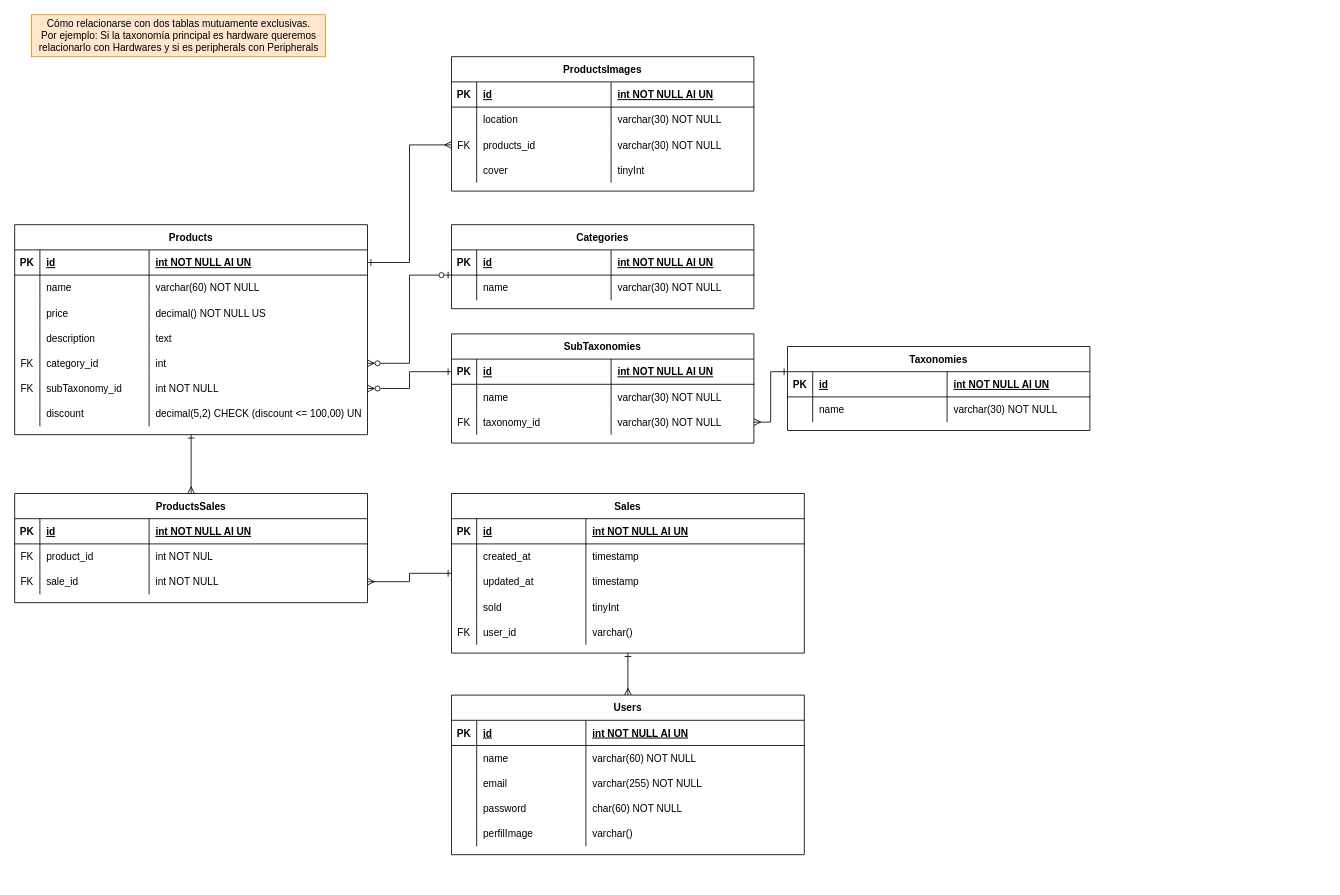
Above: diagramaDB/Grupo-10-db.drawio in 0921CDFSNCN22LAED/grupo-10 (draw.io), before the change. Source tidied: cells renumbered, new cells numbered last; positions are measured from the earlier drawing's top-left corner, leaving out a move shared by most shapes. Both pictures are drawn from the tidied source at 84%, with x=0, y=0 at pixel (14, 14).
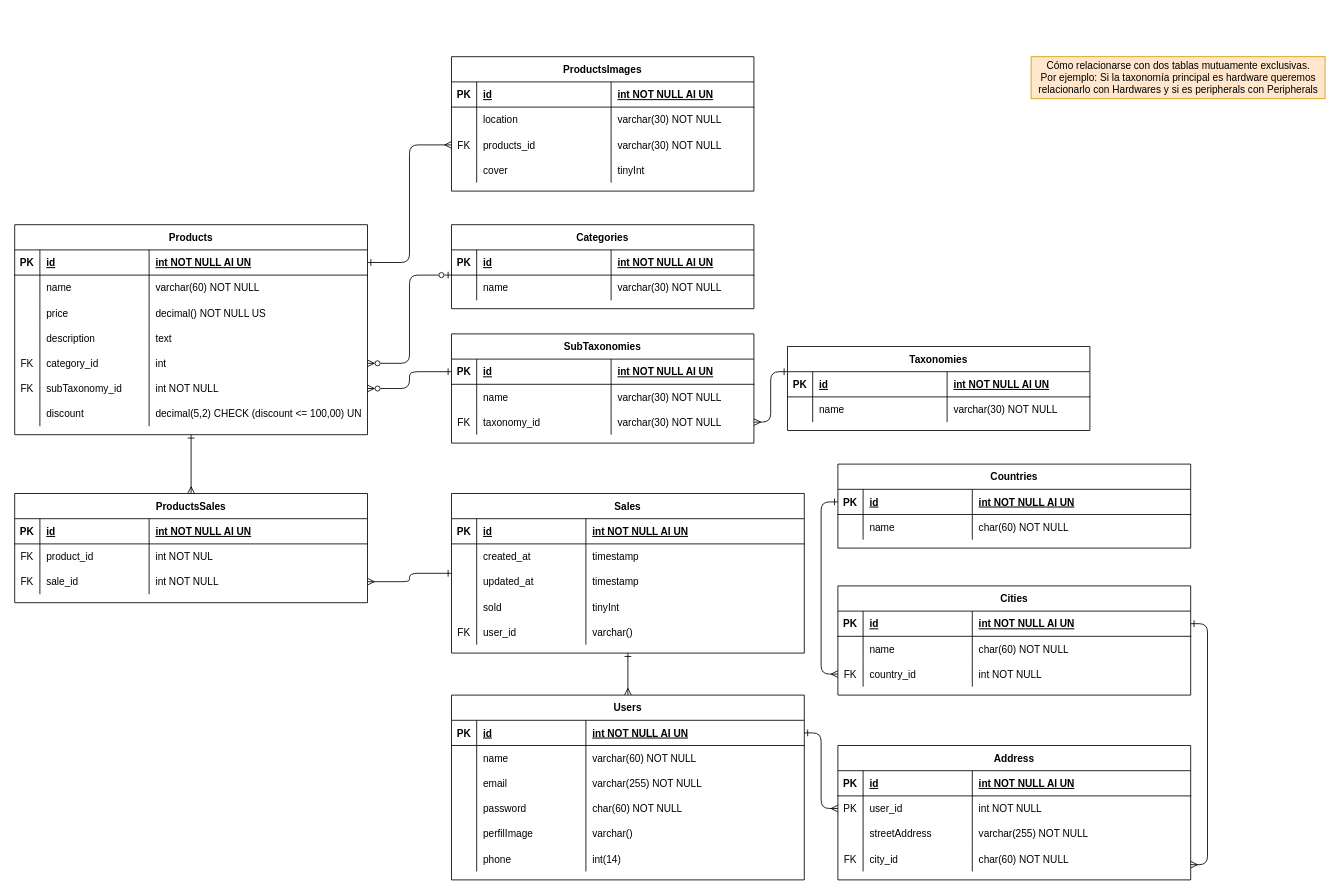
Above is the later version.

Commit message (it also covers changes not shown here):
address y phone agregado a DiagramaDB.drawio

The change refers to these unchanged cells:
```xml
<mxCell id="4" value="Products" style="shape=table;startSize=30;childLayout=tableLayout;rowLines=0;fontStyle=1;align=center;" parent="1" vertex="1">
  <mxGeometry y="250" width="420" height="250" as="geometry" />
</mxCell>
<mxCell id="5" style="shape=partialRectangle;fillColor=none;points=[[0,0.5],[1,0.5]];portConstraint=eastwest;top=0;left=0;right=0;bottom=1;" parent="4" vertex="1">
  <mxGeometry y="30" width="420" height="30" as="geometry" />
</mxCell>
<mxCell id="21" style="shape=partialRectangle;fillColor=none;points=[[0,0.5],[1,0.5]];portConstraint=eastwest;top=0;left=0;right=0;bottom=0;" parent="4" vertex="1">
  <mxGeometry y="150" width="420" height="30" as="geometry" />
</mxCell>
<mxCell id="25" style="shape=partialRectangle;fillColor=none;points=[[0,0.5],[1,0.5]];portConstraint=eastwest;top=0;left=0;right=0;bottom=0;" parent="4" vertex="1">
  <mxGeometry y="180" width="420" height="30" as="geometry" />
</mxCell>
<mxCell id="33" value="Categories" style="shape=table;startSize=30;childLayout=tableLayout;rowLines=0;fontStyle=1;align=center;" parent="1" vertex="1">
  <mxGeometry x="520" y="250" width="360" height="100" as="geometry" />
</mxCell>
<mxCell id="43" style="shape=partialRectangle;fillColor=none;points=[[0,0.5],[1,0.5]];portConstraint=eastwest;top=0;left=0;right=0;bottom=1;" parent="42" vertex="1">
  <mxGeometry y="30" width="360" height="30" as="geometry" />
</mxCell>
<mxCell id="51" style="shape=partialRectangle;fillColor=none;points=[[0,0.5],[1,0.5]];portConstraint=eastwest;top=0;left=0;right=0;bottom=0;" parent="42" vertex="1">
  <mxGeometry y="90" width="360" height="30" as="geometry" />
</mxCell>
<mxCell id="68" style="shape=partialRectangle;fillColor=none;points=[[0,0.5],[1,0.5]];portConstraint=eastwest;top=0;left=0;right=0;bottom=1;" parent="67" vertex="1">
  <mxGeometry y="30" width="420" height="30" as="geometry" />
</mxCell>
<mxCell id="98" style="shape=partialRectangle;fillColor=none;points=[[0,0.5],[1,0.5]];portConstraint=eastwest;top=0;left=0;right=0;bottom=0;" parent="89" vertex="1">
  <mxGeometry y="90" width="360" height="30" as="geometry" />
</mxCell>
<mxCell id="108" value="Sales" style="shape=table;startSize=30;childLayout=tableLayout;rowLines=0;fontStyle=1;align=center;" parent="1" vertex="1">
  <mxGeometry x="520" y="570" width="420" height="190" as="geometry" />
</mxCell>
<mxCell id="129" value="ProductsSales" style="shape=table;startSize=30;childLayout=tableLayout;rowLines=0;fontStyle=1;align=center;" parent="1" vertex="1">
  <mxGeometry y="570" width="420" height="130" as="geometry" />
</mxCell>
<mxCell id="138" style="shape=partialRectangle;fillColor=none;points=[[0,0.5],[1,0.5]];portConstraint=eastwest;top=0;left=0;right=0;bottom=0;" parent="129" vertex="1">
  <mxGeometry y="90" width="420" height="30" as="geometry" />
</mxCell>
```

Diff of the diagram source:
```diff
@@
-    <mxCell id="2" style="edgeStyle=orthogonalEdgeStyle;rounded=0;jettySize=auto;html=1;startArrow=ERzeroToMany;startFill=0;endArrow=ERzeroToOne;endFill=0;" parent="1" edge="1" source="21" target="33">
+    <mxCell id="2" style="edgeStyle=orthogonalEdgeStyle;jettySize=auto;html=1;startArrow=ERzeroToMany;startFill=0;endArrow=ERzeroToOne;endFill=0;" parent="1" edge="1" source="21" target="33">
       <mxGeometry relative="1" as="geometry">
         <Array as="points">
           <mxPoint x="470" y="415" />
           <mxPoint x="470" y="310" />
         </Array>
       </mxGeometry>
     </mxCell>
-    <mxCell id="3" style="edgeStyle=orthogonalEdgeStyle;rounded=0;jettySize=auto;html=1;exitX=0.5;exitY=1;exitDx=0;exitDy=0;entryX=0.5;entryY=0;entryDx=0;entryDy=0;startArrow=ERone;startFill=0;endArrow=ERmany;endFill=0;" parent="1" edge="1" source="4" target="129">
+    <mxCell id="3" style="edgeStyle=orthogonalEdgeStyle;jettySize=auto;html=1;exitX=0.5;exitY=1;exitDx=0;exitDy=0;entryX=0.5;entryY=0;entryDx=0;entryDy=0;startArrow=ERone;startFill=0;endArrow=ERmany;endFill=0;" parent="1" edge="1" source="4" target="129">
       <mxGeometry relative="1" as="geometry" />
     </mxCell>
@@
-    <mxCell id="55" style="edgeStyle=orthogonalEdgeStyle;rounded=0;jettySize=auto;html=1;exitX=1;exitY=0.5;exitDx=0;exitDy=0;startArrow=ERzeroToMany;startFill=0;endArrow=ERone;endFill=0;" parent="1" edge="1" source="25" target="43">
+    <mxCell id="55" style="edgeStyle=orthogonalEdgeStyle;jettySize=auto;html=1;exitX=1;exitY=0.5;exitDx=0;exitDy=0;startArrow=ERzeroToMany;startFill=0;endArrow=ERone;endFill=0;" parent="1" edge="1" source="25" target="43">
       <mxGeometry relative="1" as="geometry" />
     </mxCell>
@@
     <mxCell id="65" value="Cómo relacionarse con dos tablas mutuamente exclusivas.&lt;br&gt;Por ejemplo: Si la taxonomía principal es hardware queremos&lt;br&gt;relacionarlo con Hardwares y si es peripherals con Peripherals" style="text;html=1;align=center;verticalAlign=middle;strokeColor=#d79b00;fillColor=#ffe6cc;" parent="1" vertex="1">
-      <mxGeometry x="20" width="350" height="50" as="geometry" />
+      <mxGeometry x="1210" y="50" width="350" height="50" as="geometry" />
     </mxCell>
-    <mxCell id="66" style="edgeStyle=orthogonalEdgeStyle;rounded=0;jettySize=auto;html=1;startArrow=ERmany;startFill=0;endArrow=ERone;endFill=0;" parent="1" edge="1" source="67" target="108">
+    <mxCell id="66" style="edgeStyle=orthogonalEdgeStyle;jettySize=auto;html=1;startArrow=ERmany;startFill=0;endArrow=ERone;endFill=0;" parent="1" edge="1" source="67" target="108">
       <mxGeometry relative="1" as="geometry" />
     </mxCell>
+    <mxCell id="142" style="edgeStyle=orthogonalEdgeStyle;jettySize=auto;html=1;startArrow=ERone;startFill=0;endArrow=ERmany;endFill=0;exitX=1;exitY=0.5;exitDx=0;exitDy=0;entryX=0;entryY=0.5;entryDx=0;entryDy=0;" parent="1" edge="1" source="68" target="153">
+      <mxGeometry relative="1" as="geometry" />
+    </mxCell>
     <mxCell id="67" value="Users" style="shape=table;startSize=30;childLayout=tableLayout;rowLines=0;fontStyle=1;align=center;" parent="1" vertex="1">
-      <mxGeometry x="520" y="810" width="420" height="190" as="geometry" />
+      <mxGeometry x="520" y="810" width="420" height="220" as="geometry" />
     </mxCell>
@@
+    <mxCell id="143" style="shape=partialRectangle;fillColor=none;top=0;left=0;right=0;bottom=0;" parent="67" vertex="1">
+      <mxGeometry y="180" width="420" height="30" as="geometry" />
+    </mxCell>
+    <mxCell id="144" style="shape=partialRectangle;overflow=hidden;fillColor=none;top=0;left=0;bottom=0;right=0;" parent="143" vertex="1">
+      <mxGeometry width="30" height="30" as="geometry" />
+    </mxCell>
+    <mxCell id="145" value="phone" style="shape=partialRectangle;overflow=hidden;fillColor=none;top=0;left=0;bottom=0;right=0;align=left;spacingLeft=6;" parent="143" vertex="1">
+      <mxGeometry x="30" width="130" height="30" as="geometry" />
+    </mxCell>
+    <mxCell id="146" value="int(14)" style="shape=partialRectangle;overflow=hidden;fillColor=none;top=0;left=0;bottom=0;right=0;align=left;spacingLeft=6;" parent="143" vertex="1">
+      <mxGeometry x="160" width="260" height="30" as="geometry" />
+    </mxCell>
-    <mxCell id="88" style="edgeStyle=orthogonalEdgeStyle;rounded=0;jettySize=auto;html=1;exitX=0;exitY=0.5;exitDx=0;exitDy=0;entryX=1;entryY=0.5;entryDx=0;entryDy=0;startArrow=ERone;startFill=0;endArrow=ERmany;endFill=0;" parent="1" edge="1" target="51">
+    <mxCell id="88" style="edgeStyle=orthogonalEdgeStyle;jettySize=auto;html=1;exitX=0;exitY=0.5;exitDx=0;exitDy=0;entryX=1;entryY=0.5;entryDx=0;entryDy=0;startArrow=ERone;startFill=0;endArrow=ERmany;endFill=0;" parent="1" edge="1" target="51">
       <mxGeometry relative="1" as="geometry">
         <mxPoint x="920" y="425" as="sourcePoint" />
         <Array as="points">
           <mxPoint x="900" y="425" />
           <mxPoint x="900" y="485" />
         </Array>
       </mxGeometry>
     </mxCell>
@@
-    <mxCell id="106" style="edgeStyle=orthogonalEdgeStyle;rounded=0;jettySize=auto;html=1;exitX=1;exitY=0.5;exitDx=0;exitDy=0;entryX=0;entryY=0.5;entryDx=0;entryDy=0;startArrow=ERone;startFill=0;endArrow=ERmany;endFill=0;" parent="1" edge="1" source="5" target="98">
+    <mxCell id="106" style="edgeStyle=orthogonalEdgeStyle;jettySize=auto;html=1;exitX=1;exitY=0.5;exitDx=0;exitDy=0;entryX=0;entryY=0.5;entryDx=0;entryDy=0;startArrow=ERone;startFill=0;endArrow=ERmany;endFill=0;" parent="1" edge="1" source="5" target="98">
       <mxGeometry relative="1" as="geometry" />
     </mxCell>
-    <mxCell id="107" style="edgeStyle=orthogonalEdgeStyle;rounded=0;jettySize=auto;html=1;startArrow=ERone;startFill=0;endArrow=ERmany;endFill=0;entryX=1;entryY=0.5;entryDx=0;entryDy=0;" parent="1" edge="1" source="108" target="138">
+    <mxCell id="107" style="edgeStyle=orthogonalEdgeStyle;jettySize=auto;html=1;startArrow=ERone;startFill=0;endArrow=ERmany;endFill=0;entryX=1;entryY=0.5;entryDx=0;entryDy=0;" parent="1" edge="1" source="108" target="138">
       <mxGeometry relative="1" as="geometry" />
     </mxCell>
@@
+    <mxCell id="147" style="edgeStyle=orthogonalEdgeStyle;jettySize=auto;html=1;startArrow=ERmany;startFill=0;endArrow=ERone;endFill=0;exitX=1;exitY=0.729;exitDx=0;exitDy=0;exitPerimeter=0;entryX=1;entryY=0.5;entryDx=0;entryDy=0;" parent="1" edge="1" source="161" target="166">
+      <mxGeometry relative="1" as="geometry">
+        <Array as="points">
+          <mxPoint x="1420" y="1012" />
+          <mxPoint x="1420" y="725" />
+        </Array>
+      </mxGeometry>
+    </mxCell>
+    <mxCell id="148" value="Address" style="shape=table;startSize=30;childLayout=tableLayout;rowLines=0;fontStyle=1;align=center;" parent="1" vertex="1">
+      <mxGeometry x="980" y="870" width="420" height="160" as="geometry" />
+    </mxCell>
+    <mxCell id="149" style="shape=partialRectangle;fillColor=none;top=0;left=0;right=0;bottom=1;" parent="148" vertex="1">
+      <mxGeometry y="30" width="420" height="30" as="geometry" />
+    </mxCell>
+    <mxCell id="150" value="PK" style="shape=partialRectangle;overflow=hidden;fillColor=none;top=0;left=0;bottom=0;right=0;fontStyle=1;" parent="149" vertex="1">
+      <mxGeometry width="30" height="30" as="geometry" />
+    </mxCell>
+    <mxCell id="151" value="id" style="shape=partialRectangle;overflow=hidden;fillColor=none;top=0;left=0;bottom=0;right=0;align=left;spacingLeft=6;fontStyle=5;" parent="149" vertex="1">
+      <mxGeometry x="30" width="130" height="30" as="geometry" />
+    </mxCell>
+    <mxCell id="152" value="int NOT NULL AI UN" style="shape=partialRectangle;overflow=hidden;fillColor=none;top=0;left=0;bottom=0;right=0;align=left;spacingLeft=6;fontStyle=5;" parent="149" vertex="1">
+      <mxGeometry x="160" width="260" height="30" as="geometry" />
+    </mxCell>
+    <mxCell id="153" style="shape=partialRectangle;fillColor=none;points=[[0,0.5],[1,0.5]];portConstraint=eastwest;top=0;left=0;right=0;bottom=0;" parent="148" vertex="1">
+      <mxGeometry y="60" width="420" height="30" as="geometry" />
+    </mxCell>
+    <mxCell id="154" value="PK" style="shape=partialRectangle;overflow=hidden;fillColor=none;top=0;left=0;bottom=0;right=0;" parent="153" vertex="1">
+      <mxGeometry width="30" height="30" as="geometry" />
+    </mxCell>
+    <mxCell id="155" value="user_id" style="shape=partialRectangle;overflow=hidden;fillColor=none;top=0;left=0;bottom=0;right=0;align=left;spacingLeft=6;" parent="153" vertex="1">
+      <mxGeometry x="30" width="130" height="30" as="geometry" />
+    </mxCell>
+    <mxCell id="156" value="int NOT NULL" style="shape=partialRectangle;overflow=hidden;fillColor=none;top=0;left=0;bottom=0;right=0;align=left;spacingLeft=6;" parent="153" vertex="1">
+      <mxGeometry x="160" width="260" height="30" as="geometry" />
+    </mxCell>
+    <mxCell id="157" style="shape=partialRectangle;fillColor=none;top=0;left=0;right=0;bottom=0;" parent="148" vertex="1">
+      <mxGeometry y="90" width="420" height="30" as="geometry" />
+    </mxCell>
+    <mxCell id="158" style="shape=partialRectangle;overflow=hidden;fillColor=none;top=0;left=0;bottom=0;right=0;" parent="157" vertex="1">
+      <mxGeometry width="30" height="30" as="geometry" />
+    </mxCell>
+    <mxCell id="159" value="streetAddress" style="shape=partialRectangle;overflow=hidden;fillColor=none;top=0;left=0;bottom=0;right=0;align=left;spacingLeft=6;" parent="157" vertex="1">
+      <mxGeometry x="30" width="130" height="30" as="geometry" />
+    </mxCell>
+    <mxCell id="160" value="varchar(255) NOT NULL" style="shape=partialRectangle;overflow=hidden;fillColor=none;top=0;left=0;bottom=0;right=0;align=left;spacingLeft=6;" parent="157" vertex="1">
+      <mxGeometry x="160" width="260" height="30" as="geometry" />
+    </mxCell>
+    <mxCell id="161" style="shape=partialRectangle;fillColor=none;points=[[0,0.5],[1,0.5]];portConstraint=eastwest;top=0;left=0;right=0;bottom=0;" parent="148" vertex="1">
+      <mxGeometry y="120" width="420" height="30" as="geometry" />
+    </mxCell>
+    <mxCell id="162" value="FK" style="shape=partialRectangle;overflow=hidden;fillColor=none;top=0;left=0;bottom=0;right=0;" parent="161" vertex="1">
+      <mxGeometry width="30" height="30" as="geometry" />
+    </mxCell>
+    <mxCell id="163" value="city_id" style="shape=partialRectangle;overflow=hidden;fillColor=none;top=0;left=0;bottom=0;right=0;align=left;spacingLeft=6;" parent="161" vertex="1">
+      <mxGeometry x="30" width="130" height="30" as="geometry" />
+    </mxCell>
+    <mxCell id="164" value="char(60) NOT NULL" style="shape=partialRectangle;overflow=hidden;fillColor=none;top=0;left=0;bottom=0;right=0;align=left;spacingLeft=6;" parent="161" vertex="1">
+      <mxGeometry x="160" width="260" height="30" as="geometry" />
+    </mxCell>
+    <mxCell id="165" value="Cities" style="shape=table;startSize=30;childLayout=tableLayout;rowLines=0;fontStyle=1;align=center;" parent="1" vertex="1">
+      <mxGeometry x="980" y="680" width="420" height="130" as="geometry" />
+    </mxCell>
+    <mxCell id="166" style="shape=partialRectangle;fillColor=none;points=[[0,0.5],[1,0.5]];portConstraint=eastwest;top=0;left=0;right=0;bottom=1;" parent="165" vertex="1">
+      <mxGeometry y="30" width="420" height="30" as="geometry" />
+    </mxCell>
+    <mxCell id="167" value="PK" style="shape=partialRectangle;overflow=hidden;fillColor=none;top=0;left=0;bottom=0;right=0;fontStyle=1;" parent="166" vertex="1">
+      <mxGeometry width="30" height="30" as="geometry" />
+    </mxCell>
+    <mxCell id="168" value="id" style="shape=partialRectangle;overflow=hidden;fillColor=none;top=0;left=0;bottom=0;right=0;align=left;spacingLeft=6;fontStyle=5;" parent="166" vertex="1">
+      <mxGeometry x="30" width="130" height="30" as="geometry" />
+    </mxCell>
+    <mxCell id="169" value="int NOT NULL AI UN" style="shape=partialRectangle;overflow=hidden;fillColor=none;top=0;left=0;bottom=0;right=0;align=left;spacingLeft=6;fontStyle=5;" parent="166" vertex="1">
+      <mxGeometry x="160" width="260" height="30" as="geometry" />
+    </mxCell>
+    <mxCell id="170" style="shape=partialRectangle;fillColor=none;top=0;left=0;right=0;bottom=0;" parent="165" vertex="1">
+      <mxGeometry y="60" width="420" height="30" as="geometry" />
+    </mxCell>
+    <mxCell id="171" style="shape=partialRectangle;overflow=hidden;fillColor=none;top=0;left=0;bottom=0;right=0;" parent="170" vertex="1">
+      <mxGeometry width="30" height="30" as="geometry" />
+    </mxCell>
+    <mxCell id="172" value="name" style="shape=partialRectangle;overflow=hidden;fillColor=none;top=0;left=0;bottom=0;right=0;align=left;spacingLeft=6;" parent="170" vertex="1">
+      <mxGeometry x="30" width="130" height="30" as="geometry" />
+    </mxCell>
+    <mxCell id="173" value="char(60) NOT NULL" style="shape=partialRectangle;overflow=hidden;fillColor=none;top=0;left=0;bottom=0;right=0;align=left;spacingLeft=6;" parent="170" vertex="1">
+      <mxGeometry x="160" width="260" height="30" as="geometry" />
+    </mxCell>
+    <mxCell id="174" style="shape=partialRectangle;fillColor=none;points=[[0,0.5],[1,0.5]];portConstraint=eastwest;top=0;left=0;right=0;bottom=0;" parent="165" vertex="1">
+      <mxGeometry y="90" width="420" height="30" as="geometry" />
+    </mxCell>
+    <mxCell id="175" value="FK" style="shape=partialRectangle;overflow=hidden;fillColor=none;top=0;left=0;bottom=0;right=0;" parent="174" vertex="1">
+      <mxGeometry width="30" height="30" as="geometry" />
+    </mxCell>
+    <mxCell id="176" value="country_id" style="shape=partialRectangle;overflow=hidden;fillColor=none;top=0;left=0;bottom=0;right=0;align=left;spacingLeft=6;" parent="174" vertex="1">
+      <mxGeometry x="30" width="130" height="30" as="geometry" />
+    </mxCell>
+    <mxCell id="177" value="int NOT NULL" style="shape=partialRectangle;overflow=hidden;fillColor=none;top=0;left=0;bottom=0;right=0;align=left;spacingLeft=6;" parent="174" vertex="1">
+      <mxGeometry x="160" width="260" height="30" as="geometry" />
+    </mxCell>
+    <mxCell id="178" value="Countries" style="shape=table;startSize=30;childLayout=tableLayout;rowLines=0;fontStyle=1;align=center;" parent="1" vertex="1">
+      <mxGeometry x="980" y="535" width="420" height="100" as="geometry" />
+    </mxCell>
+    <mxCell id="179" style="shape=partialRectangle;fillColor=none;points=[[0,0.5],[1,0.5]];portConstraint=eastwest;top=0;left=0;right=0;bottom=1;" parent="178" vertex="1">
+      <mxGeometry y="30" width="420" height="30" as="geometry" />
+    </mxCell>
+    <mxCell id="180" value="PK" style="shape=partialRectangle;overflow=hidden;fillColor=none;top=0;left=0;bottom=0;right=0;fontStyle=1;" parent="179" vertex="1">
+      <mxGeometry width="30" height="30" as="geometry" />
+    </mxCell>
+    <mxCell id="181" value="id" style="shape=partialRectangle;overflow=hidden;fillColor=none;top=0;left=0;bottom=0;right=0;align=left;spacingLeft=6;fontStyle=5;" parent="179" vertex="1">
+      <mxGeometry x="30" width="130" height="30" as="geometry" />
+    </mxCell>
+    <mxCell id="182" value="int NOT NULL AI UN" style="shape=partialRectangle;overflow=hidden;fillColor=none;top=0;left=0;bottom=0;right=0;align=left;spacingLeft=6;fontStyle=5;" parent="179" vertex="1">
+      <mxGeometry x="160" width="260" height="30" as="geometry" />
+    </mxCell>
+    <mxCell id="183" style="shape=partialRectangle;fillColor=none;top=0;left=0;right=0;bottom=0;" parent="178" vertex="1">
+      <mxGeometry y="60" width="420" height="30" as="geometry" />
+    </mxCell>
+    <mxCell id="184" style="shape=partialRectangle;overflow=hidden;fillColor=none;top=0;left=0;bottom=0;right=0;" parent="183" vertex="1">
+      <mxGeometry width="30" height="30" as="geometry" />
+    </mxCell>
+    <mxCell id="185" value="name" style="shape=partialRectangle;overflow=hidden;fillColor=none;top=0;left=0;bottom=0;right=0;align=left;spacingLeft=6;" parent="183" vertex="1">
+      <mxGeometry x="30" width="130" height="30" as="geometry" />
+    </mxCell>
+    <mxCell id="186" value="char(60) NOT NULL" style="shape=partialRectangle;overflow=hidden;fillColor=none;top=0;left=0;bottom=0;right=0;align=left;spacingLeft=6;" parent="183" vertex="1">
+      <mxGeometry x="160" width="260" height="30" as="geometry" />
+    </mxCell>
+    <mxCell id="187" style="edgeStyle=orthogonalEdgeStyle;jettySize=auto;html=1;exitX=0;exitY=0.5;exitDx=0;exitDy=0;entryX=0;entryY=0.5;entryDx=0;entryDy=0;startArrow=ERmany;startFill=0;endArrow=ERone;endFill=0;" parent="1" edge="1" source="174" target="179">
+      <mxGeometry relative="1" as="geometry" />
+    </mxCell>
```
